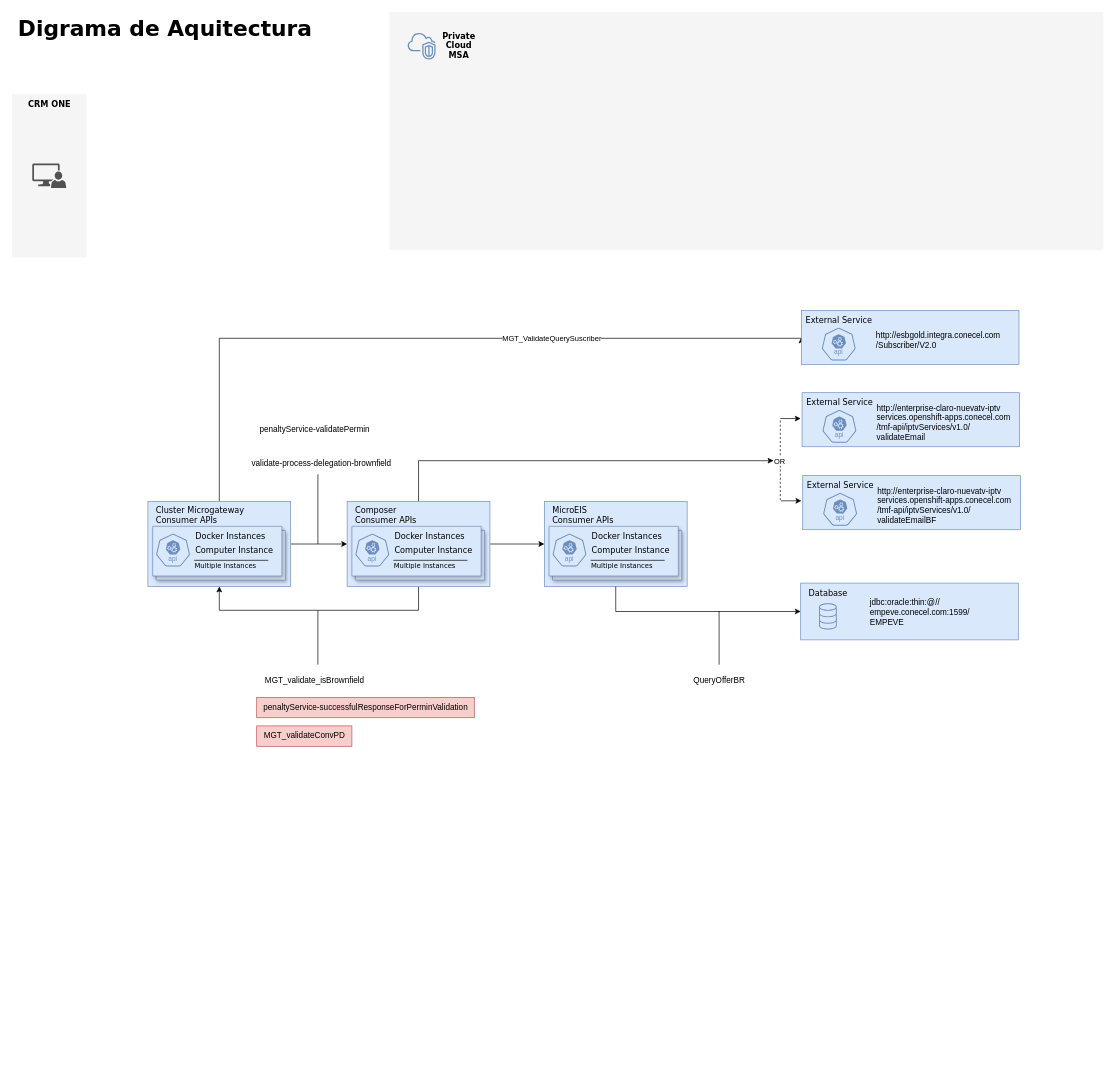
Above: brownfield.drawio in efrxngg/claro-configs (draw.io), before the change. Source tidied: cells renumbered, new cells numbered last; positions are measured from the earlier drawing's top-left corner, leaving out a move shared by most shapes. Both pictures are drawn from the tidied source at 68%, with x=0, y=0 at pixel (12, 12).
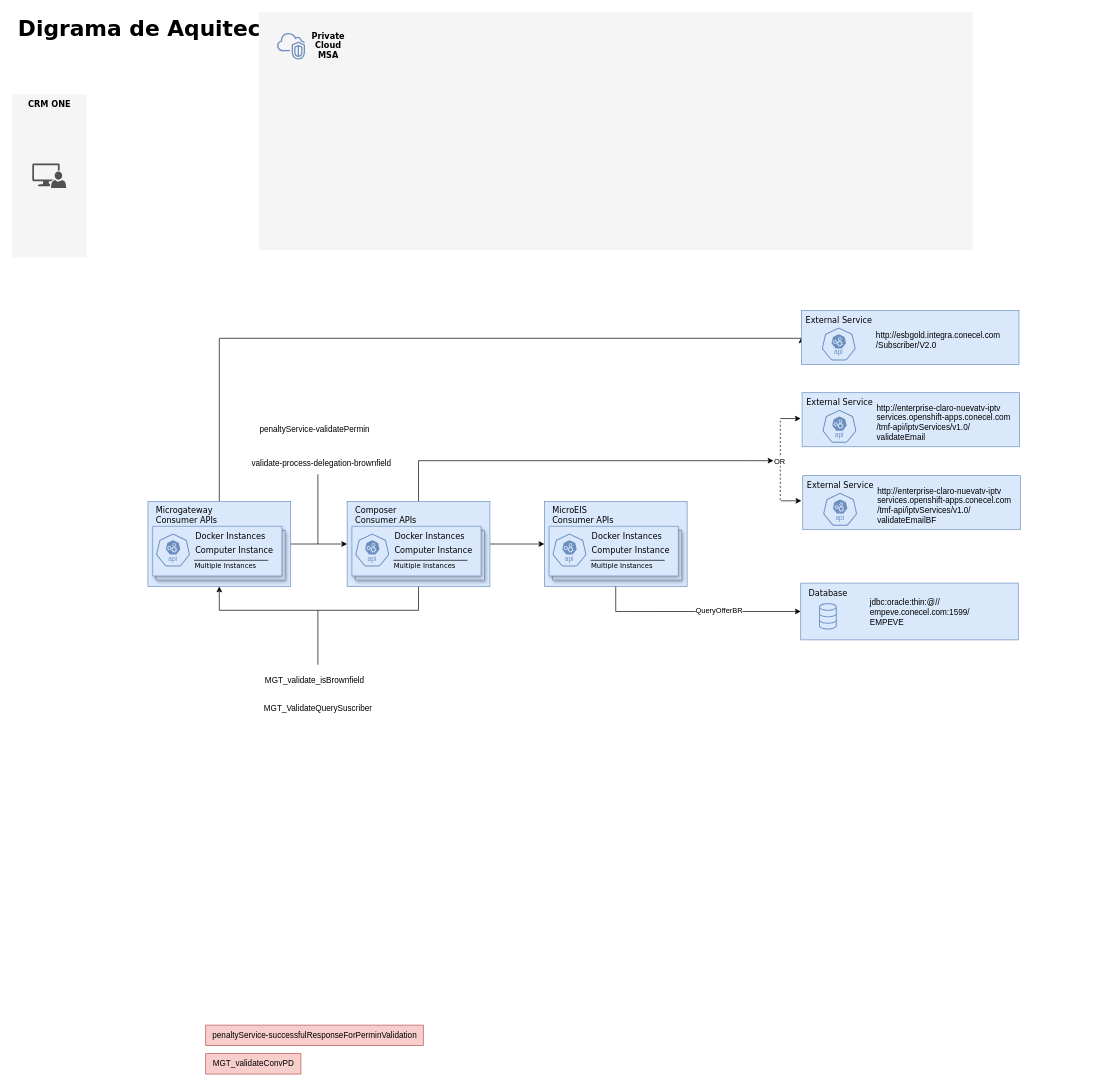
The same page after the edit.

The change refers to these unchanged cells:
```xml
<mxCell id="18" style="edgeStyle=orthogonalEdgeStyle;rounded=0;jettySize=auto;html=1;entryX=0;entryY=0.5;entryDx=0;entryDy=0;" parent="1" edge="1" source="20" target="52">
  <mxGeometry relative="1" as="geometry">
    <Array as="points">
      <mxPoint x="305" y="480" />
      <mxPoint x="1161" y="480" />
    </Array>
  </mxGeometry>
</mxCell>
<mxCell id="56" style="edgeStyle=orthogonalEdgeStyle;rounded=0;jettySize=auto;html=1;exitX=0.5;exitY=1;exitDx=0;exitDy=0;entryX=0;entryY=0.5;entryDx=0;entryDy=0;" parent="1" edge="1" source="8" target="47">
  <mxGeometry relative="1" as="geometry" />
</mxCell>
```

Diff of the diagram source:
```diff
@@
-    <mxCell id="19" value="MGT_ValidateQuerySuscriber" style="edgeLabel;html=1;align=center;verticalAlign=middle;" parent="18" vertex="1">
-      <mxGeometry x="0.04" relative="1" as="geometry">
-        <mxPoint x="157" as="offset" />
-      </mxGeometry>
-    </mxCell>
@@
-    <mxCell id="27" value="Cluster Microgateway &lt;br&gt;Consumer APIs" style="text;html=1;align=left;verticalAlign=middle;strokeColor=none;fillColor=none;fontFamily=Verdana;" parent="1" vertex="1">
-      <mxGeometry x="210" y="720" width="150" height="40" as="geometry" />
+    <mxCell id="27" value="Microgateway &lt;br&gt;Consumer APIs" style="text;html=1;align=left;verticalAlign=middle;strokeColor=none;fillColor=none;fontFamily=Verdana;" parent="1" vertex="1">
+      <mxGeometry x="210" y="720" width="120" height="40" as="geometry" />
     </mxCell>
@@
     <mxCell id="41" style="group;" parent="1" vertex="1">
-      <mxGeometry x="555" width="1050" height="350" as="geometry" />
+      <mxGeometry x="363" width="1050" height="350" as="geometry" />
     </mxCell>
@@
+    <mxCell id="76" value="QueryOfferBR" style="edgeLabel;html=1;align=center;verticalAlign=middle;" parent="56" vertex="1">
+      <mxGeometry x="0.22" y="2" relative="1" as="geometry" />
+    </mxCell>
@@
-    <mxCell id="59" style="endArrow=none;html=1;rounded=0;" parent="1" edge="1">
-      <mxGeometry relative="1" as="geometry">
-        <mxPoint x="1040" y="960" as="sourcePoint" />
-        <mxPoint x="1040" y="881" as="targetPoint" />
-      </mxGeometry>
-    </mxCell>
@@
     <mxCell id="62" value="penaltyService-successfulResponseForPerminValidation" style="text;html=1;align=center;verticalAlign=middle;strokeColor=#b85450;fillColor=#f8cecc;" parent="1" vertex="1">
-      <mxGeometry x="360" y="1008" width="320" height="30" as="geometry" />
+      <mxGeometry x="285" y="1490" width="320" height="30" as="geometry" />
     </mxCell>
     <mxCell id="63" value="MGT_validateConvPD" style="text;html=1;align=center;verticalAlign=middle;strokeColor=#b85450;fillColor=#f8cecc;" parent="1" vertex="1">
-      <mxGeometry x="360" y="1050" width="140" height="30" as="geometry" />
+      <mxGeometry x="285" y="1532" width="140" height="30" as="geometry" />
     </mxCell>
@@
-    <mxCell id="76" value="QueryOfferBR" style="text;html=1;align=center;verticalAlign=middle;strokeColor=none;fillColor=none;" parent="1" vertex="1">
-      <mxGeometry x="990" y="968" width="100" height="30" as="geometry" />
-    </mxCell>
@@
+    <mxCell id="19" value="MGT_ValidateQuerySuscriber" style="text;html=1;align=center;verticalAlign=middle;strokeColor=none;fillColor=none;" parent="1" vertex="1">
+      <mxGeometry x="360" y="1010" width="180" height="30" as="geometry" />
+    </mxCell>
```
